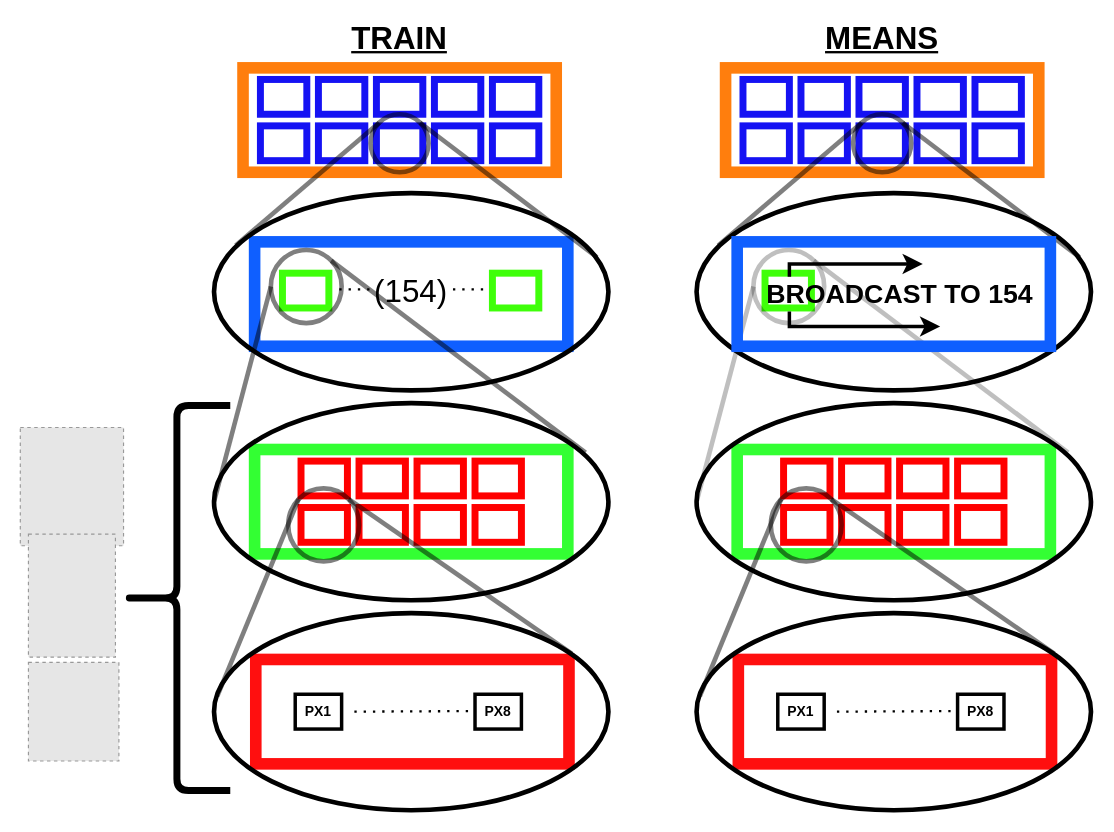
This is posts/DigitClassifier/Broadcasting_Basics.drawio from DavidD003/Coding_Blog, a draw.io file, before an edit. Source tidied: cells renumbered, new cells numbered last; positions are measured from the earlier drawing's top-left corner, leaving out a move shared by most shapes. Both pictures are drawn from the tidied source at 116%, with x=0, y=0 at pixel (20, 21). Pictures stored in the file or linked from it are replaced by grey dashed boxes.
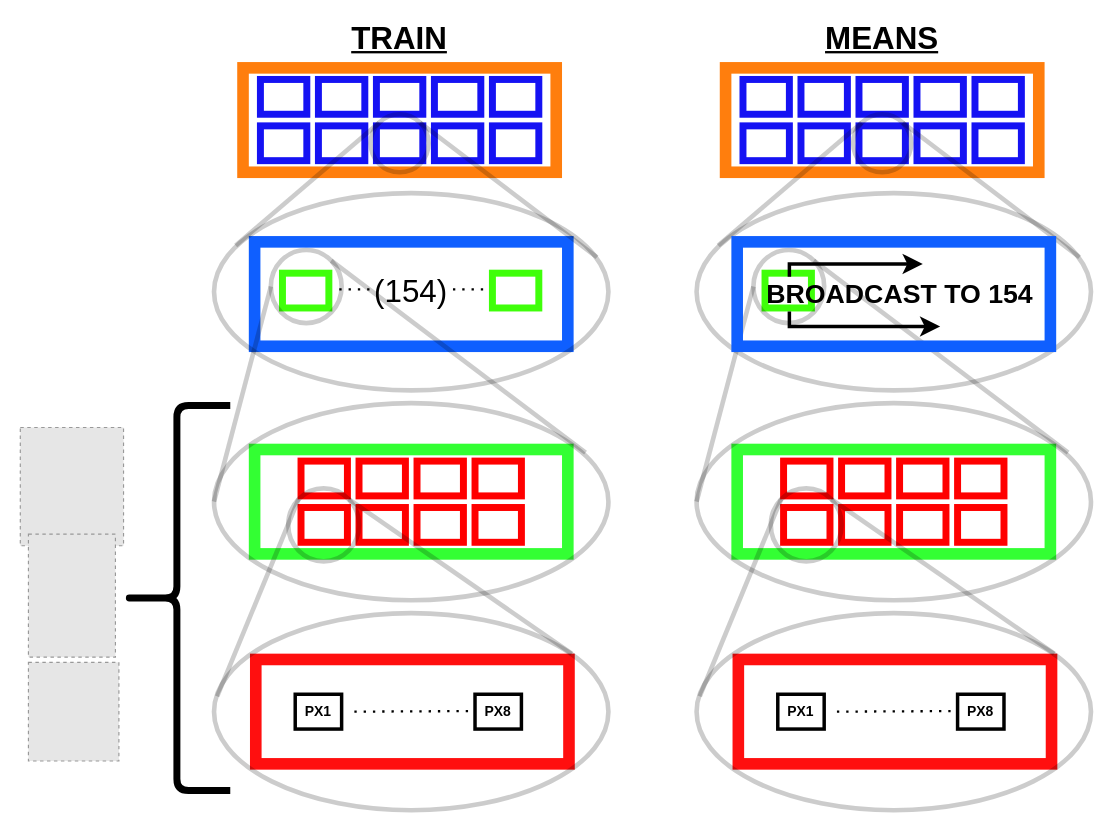
After the change.

Change to the diagram source:
```diff
@@
-    <mxCell id="2" style="ellipse;whiteSpace=wrap;html=1;fillColor=none;strokeWidth=4;" parent="1" vertex="1">
+    <mxCell id="2" style="ellipse;whiteSpace=wrap;html=1;fillColor=none;strokeWidth=4;opacity=20;" parent="1" vertex="1">
       <mxGeometry x="583" y="148" width="340" height="170" as="geometry" />
     </mxCell>
@@
-    <mxCell id="17" style="ellipse;whiteSpace=wrap;html=1;fillColor=none;strokeWidth=4;opacity=50;" parent="1" vertex="1">
+    <mxCell id="17" style="ellipse;whiteSpace=wrap;html=1;fillColor=none;strokeWidth=4;opacity=20;" parent="1" vertex="1">
       <mxGeometry x="302" y="80" width="50" height="50" as="geometry" />
     </mxCell>
-    <mxCell id="18" value="&lt;font style=&quot;font-size: 27px;&quot;&gt;(154)&lt;/font&gt;" style="ellipse;whiteSpace=wrap;html=1;fillColor=none;strokeWidth=4;" parent="1" vertex="1">
+    <mxCell id="18" value="&lt;font style=&quot;font-size: 27px;&quot;&gt;(154)&lt;/font&gt;" style="ellipse;whiteSpace=wrap;html=1;fillColor=none;strokeWidth=4;opacity=20;" parent="1" vertex="1">
       <mxGeometry x="167" y="148" width="340" height="170" as="geometry" />
     </mxCell>
@@
-    <mxCell id="23" style="endArrow=none;html=1;rounded=0;entryX=0;entryY=0;entryDx=0;entryDy=0;strokeWidth=4;exitX=0.055;exitY=0.265;exitDx=0;exitDy=0;exitPerimeter=0;opacity=50;" parent="1" edge="1" source="18" target="17">
+    <mxCell id="23" style="endArrow=none;html=1;rounded=0;entryX=0;entryY=0;entryDx=0;entryDy=0;strokeWidth=4;exitX=0.055;exitY=0.265;exitDx=0;exitDy=0;exitPerimeter=0;opacity=20;" parent="1" edge="1" source="18" target="17">
       <mxGeometry relative="1" as="geometry" />
     </mxCell>
-    <mxCell id="24" style="endArrow=none;html=1;rounded=0;entryX=1;entryY=0;entryDx=0;entryDy=0;strokeWidth=4;exitX=0.971;exitY=0.325;exitDx=0;exitDy=0;exitPerimeter=0;opacity=50;" parent="1" edge="1" source="18" target="17">
+    <mxCell id="24" style="endArrow=none;html=1;rounded=0;entryX=1;entryY=0;entryDx=0;entryDy=0;strokeWidth=4;exitX=0.971;exitY=0.325;exitDx=0;exitDy=0;exitPerimeter=0;opacity=20;" parent="1" edge="1" source="18" target="17">
       <mxGeometry relative="1" as="geometry" />
     </mxCell>
-    <mxCell id="25" style="ellipse;whiteSpace=wrap;html=1;fillColor=none;strokeWidth=4;opacity=50;" parent="1" vertex="1">
+    <mxCell id="25" style="ellipse;whiteSpace=wrap;html=1;fillColor=none;strokeWidth=4;opacity=20;" parent="1" vertex="1">
       <mxGeometry x="216" y="197" width="61" height="63" as="geometry" />
     </mxCell>
-    <mxCell id="26" style="ellipse;whiteSpace=wrap;html=1;fillColor=none;strokeWidth=4;" parent="1" vertex="1">
+    <mxCell id="26" style="ellipse;whiteSpace=wrap;html=1;fillColor=none;strokeWidth=4;opacity=20;" parent="1" vertex="1">
       <mxGeometry x="167" y="329" width="340" height="170" as="geometry" />
     </mxCell>
@@
-    <mxCell id="28" style="endArrow=none;html=1;rounded=0;entryX=0;entryY=0.5;entryDx=0;entryDy=0;strokeWidth=4;exitX=0;exitY=0.5;exitDx=0;exitDy=0;opacity=50;" parent="1" edge="1" source="26" target="25">
+    <mxCell id="28" style="endArrow=none;html=1;rounded=0;entryX=0;entryY=0.5;entryDx=0;entryDy=0;strokeWidth=4;exitX=0;exitY=0.5;exitDx=0;exitDy=0;opacity=20;" parent="1" edge="1" source="26" target="25">
       <mxGeometry relative="1" as="geometry" />
     </mxCell>
-    <mxCell id="29" style="endArrow=none;html=1;rounded=0;entryX=1;entryY=0;entryDx=0;entryDy=0;strokeWidth=4;exitX=0.942;exitY=0.251;exitDx=0;exitDy=0;exitPerimeter=0;opacity=50;" parent="1" edge="1" source="26" target="25">
+    <mxCell id="29" style="endArrow=none;html=1;rounded=0;entryX=1;entryY=0;entryDx=0;entryDy=0;strokeWidth=4;exitX=0.942;exitY=0.251;exitDx=0;exitDy=0;exitPerimeter=0;opacity=20;" parent="1" edge="1" source="26" target="25">
       <mxGeometry relative="1" as="geometry" />
     </mxCell>
@@
-    <mxCell id="38" style="ellipse;whiteSpace=wrap;html=1;fillColor=none;strokeWidth=4;" parent="1" vertex="1">
+    <mxCell id="38" style="ellipse;whiteSpace=wrap;html=1;fillColor=none;strokeWidth=4;opacity=20;" parent="1" vertex="1">
       <mxGeometry x="167" y="510" width="340" height="170" as="geometry" />
     </mxCell>
@@
-    <mxCell id="42" style="ellipse;whiteSpace=wrap;html=1;fillColor=none;strokeWidth=4;opacity=50;" parent="1" vertex="1">
+    <mxCell id="42" style="ellipse;whiteSpace=wrap;html=1;fillColor=none;strokeWidth=4;opacity=20;" parent="1" vertex="1">
       <mxGeometry x="231" y="402.5" width="61" height="63" as="geometry" />
     </mxCell>
-    <mxCell id="43" style="endArrow=none;html=1;rounded=0;entryX=0;entryY=0;entryDx=0;entryDy=0;strokeWidth=4;opacity=50;exitX=0.008;exitY=0.422;exitDx=0;exitDy=0;exitPerimeter=0;" parent="1" edge="1" source="38" target="42">
+    <mxCell id="43" style="endArrow=none;html=1;rounded=0;entryX=0;entryY=0;entryDx=0;entryDy=0;strokeWidth=4;opacity=20;exitX=0.008;exitY=0.422;exitDx=0;exitDy=0;exitPerimeter=0;" parent="1" edge="1" source="38" target="42">
       <mxGeometry relative="1" as="geometry" />
     </mxCell>
-    <mxCell id="44" style="endArrow=none;html=1;rounded=0;entryX=1;entryY=0;entryDx=0;entryDy=0;strokeWidth=4;exitX=0.907;exitY=0.206;exitDx=0;exitDy=0;exitPerimeter=0;opacity=50;" parent="1" edge="1" source="38" target="42">
+    <mxCell id="44" style="endArrow=none;html=1;rounded=0;entryX=1;entryY=0;entryDx=0;entryDy=0;strokeWidth=4;exitX=0.907;exitY=0.206;exitDx=0;exitDy=0;exitPerimeter=0;opacity=20;" parent="1" edge="1" source="38" target="42">
       <mxGeometry relative="1" as="geometry" />
     </mxCell>
@@
-    <mxCell id="58" style="ellipse;whiteSpace=wrap;html=1;fillColor=none;strokeWidth=4;opacity=50;" parent="1" vertex="1">
+    <mxCell id="58" style="ellipse;whiteSpace=wrap;html=1;fillColor=none;strokeWidth=4;opacity=20;" parent="1" vertex="1">
       <mxGeometry x="718" y="80" width="50" height="50" as="geometry" />
     </mxCell>
@@
-    <mxCell id="60" style="endArrow=none;html=1;rounded=0;entryX=0;entryY=0;entryDx=0;entryDy=0;strokeWidth=4;exitX=0.055;exitY=0.265;exitDx=0;exitDy=0;exitPerimeter=0;opacity=50;" parent="1" edge="1" source="2" target="58">
+    <mxCell id="60" style="endArrow=none;html=1;rounded=0;entryX=0;entryY=0;entryDx=0;entryDy=0;strokeWidth=4;exitX=0.055;exitY=0.265;exitDx=0;exitDy=0;exitPerimeter=0;opacity=20;" parent="1" edge="1" source="2" target="58">
       <mxGeometry relative="1" as="geometry" />
     </mxCell>
-    <mxCell id="61" style="endArrow=none;html=1;rounded=0;entryX=1;entryY=0;entryDx=0;entryDy=0;strokeWidth=4;exitX=0.971;exitY=0.325;exitDx=0;exitDy=0;exitPerimeter=0;opacity=50;" parent="1" edge="1" source="2" target="58">
+    <mxCell id="61" style="endArrow=none;html=1;rounded=0;entryX=1;entryY=0;entryDx=0;entryDy=0;strokeWidth=4;exitX=0.971;exitY=0.325;exitDx=0;exitDy=0;exitPerimeter=0;opacity=20;" parent="1" edge="1" source="2" target="58">
       <mxGeometry relative="1" as="geometry" />
     </mxCell>
-    <mxCell id="62" style="ellipse;whiteSpace=wrap;html=1;fillColor=none;strokeWidth=4;opacity=25;" parent="1" vertex="1">
+    <mxCell id="62" style="ellipse;whiteSpace=wrap;html=1;fillColor=none;strokeWidth=4;opacity=20;" parent="1" vertex="1">
       <mxGeometry x="632" y="197" width="61" height="63" as="geometry" />
     </mxCell>
-    <mxCell id="63" style="ellipse;whiteSpace=wrap;html=1;fillColor=none;strokeWidth=4;" parent="1" vertex="1">
+    <mxCell id="63" style="ellipse;whiteSpace=wrap;html=1;fillColor=none;strokeWidth=4;opacity=20;" parent="1" vertex="1">
       <mxGeometry x="583" y="329" width="340" height="170" as="geometry" />
     </mxCell>
@@
-    <mxCell id="65" style="endArrow=none;html=1;rounded=0;entryX=0;entryY=0.5;entryDx=0;entryDy=0;strokeWidth=4;exitX=0;exitY=0.5;exitDx=0;exitDy=0;opacity=25;" parent="1" edge="1" source="63" target="62">
+    <mxCell id="65" style="endArrow=none;html=1;rounded=0;entryX=0;entryY=0.5;entryDx=0;entryDy=0;strokeWidth=4;exitX=0;exitY=0.5;exitDx=0;exitDy=0;opacity=20;" parent="1" edge="1" source="63" target="62">
       <mxGeometry relative="1" as="geometry" />
     </mxCell>
-    <mxCell id="66" style="endArrow=none;html=1;rounded=0;entryX=1;entryY=0;entryDx=0;entryDy=0;strokeWidth=4;exitX=0.942;exitY=0.251;exitDx=0;exitDy=0;exitPerimeter=0;opacity=25;" parent="1" edge="1" source="63" target="62">
+    <mxCell id="66" style="endArrow=none;html=1;rounded=0;entryX=1;entryY=0;entryDx=0;entryDy=0;strokeWidth=4;exitX=0.942;exitY=0.251;exitDx=0;exitDy=0;exitPerimeter=0;opacity=20;" parent="1" edge="1" source="63" target="62">
       <mxGeometry relative="1" as="geometry" />
     </mxCell>
@@
-    <mxCell id="75" style="ellipse;whiteSpace=wrap;html=1;fillColor=none;strokeWidth=4;" parent="1" vertex="1">
+    <mxCell id="75" style="ellipse;whiteSpace=wrap;html=1;fillColor=none;strokeWidth=4;opacity=20;" parent="1" vertex="1">
       <mxGeometry x="583" y="510" width="340" height="170" as="geometry" />
     </mxCell>
@@
-    <mxCell id="79" style="ellipse;whiteSpace=wrap;html=1;fillColor=none;strokeWidth=4;opacity=50;" parent="1" vertex="1">
+    <mxCell id="79" style="ellipse;whiteSpace=wrap;html=1;fillColor=none;strokeWidth=4;opacity=20;" parent="1" vertex="1">
       <mxGeometry x="647" y="402.5" width="61" height="63" as="geometry" />
     </mxCell>
-    <mxCell id="80" style="endArrow=none;html=1;rounded=0;entryX=0;entryY=0;entryDx=0;entryDy=0;strokeWidth=4;opacity=50;exitX=0.008;exitY=0.422;exitDx=0;exitDy=0;exitPerimeter=0;" parent="1" edge="1" source="75" target="79">
+    <mxCell id="80" style="endArrow=none;html=1;rounded=0;entryX=0;entryY=0;entryDx=0;entryDy=0;strokeWidth=4;opacity=20;exitX=0.008;exitY=0.422;exitDx=0;exitDy=0;exitPerimeter=0;" parent="1" edge="1" source="75" target="79">
       <mxGeometry relative="1" as="geometry" />
     </mxCell>
-    <mxCell id="81" style="endArrow=none;html=1;rounded=0;entryX=1;entryY=0;entryDx=0;entryDy=0;strokeWidth=4;exitX=0.907;exitY=0.206;exitDx=0;exitDy=0;exitPerimeter=0;opacity=50;" parent="1" edge="1" source="75" target="79">
+    <mxCell id="81" style="endArrow=none;html=1;rounded=0;entryX=1;entryY=0;entryDx=0;entryDy=0;strokeWidth=4;exitX=0.907;exitY=0.206;exitDx=0;exitDy=0;exitPerimeter=0;opacity=20;" parent="1" edge="1" source="75" target="79">
       <mxGeometry relative="1" as="geometry" />
     </mxCell>
@@
-    <mxCell id="84" value="&lt;font size=&quot;1&quot;&gt;&lt;b style=&quot;font-size: 23px;&quot;&gt;BROADCAST TO 154&amp;nbsp;&amp;nbsp;&lt;/b&gt;&lt;/font&gt;" style="rounded=0;whiteSpace=wrap;html=1;strokeWidth=10;strokeColor=#0f5fff;align=right;fillColor=none;" parent="1" vertex="1">
-      <mxGeometry x="618" y="190" width="270" height="90" as="geometry" />
-    </mxCell>
@@
+    <mxCell id="84" value="&lt;font size=&quot;1&quot;&gt;&lt;b style=&quot;font-size: 23px;&quot;&gt;BROADCAST TO 154&amp;nbsp;&amp;nbsp;&lt;/b&gt;&lt;/font&gt;" style="rounded=0;whiteSpace=wrap;html=1;strokeWidth=10;strokeColor=#0f5fff;align=right;fillColor=none;" parent="1" vertex="1">
+      <mxGeometry x="618" y="190" width="270" height="90" as="geometry" />
+    </mxCell>
```
